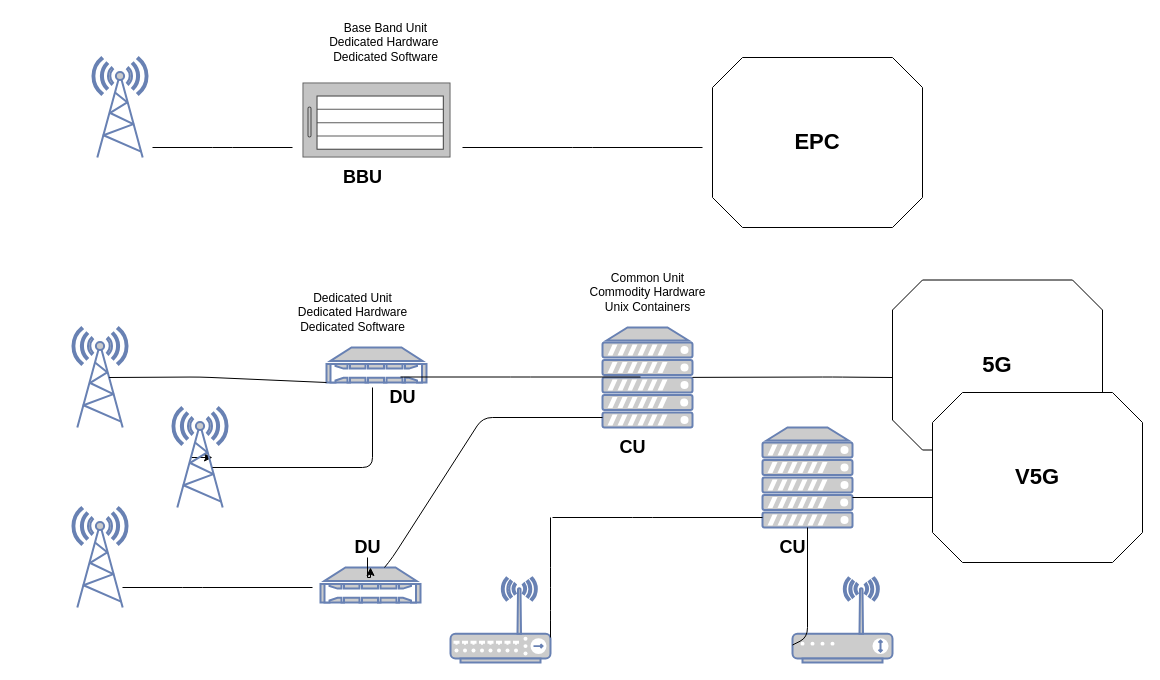
The draw.io diagram Untitled Diagram.drawio in rgbaal/diagrams, before the edit. Source tidied: cells renumbered, new cells numbered last; positions are measured from the earlier drawing's top-left corner, leaving out a move shared by most shapes. Both pictures are drawn from the tidied source at 100%, with x=0, y=0 at pixel (72, 17).
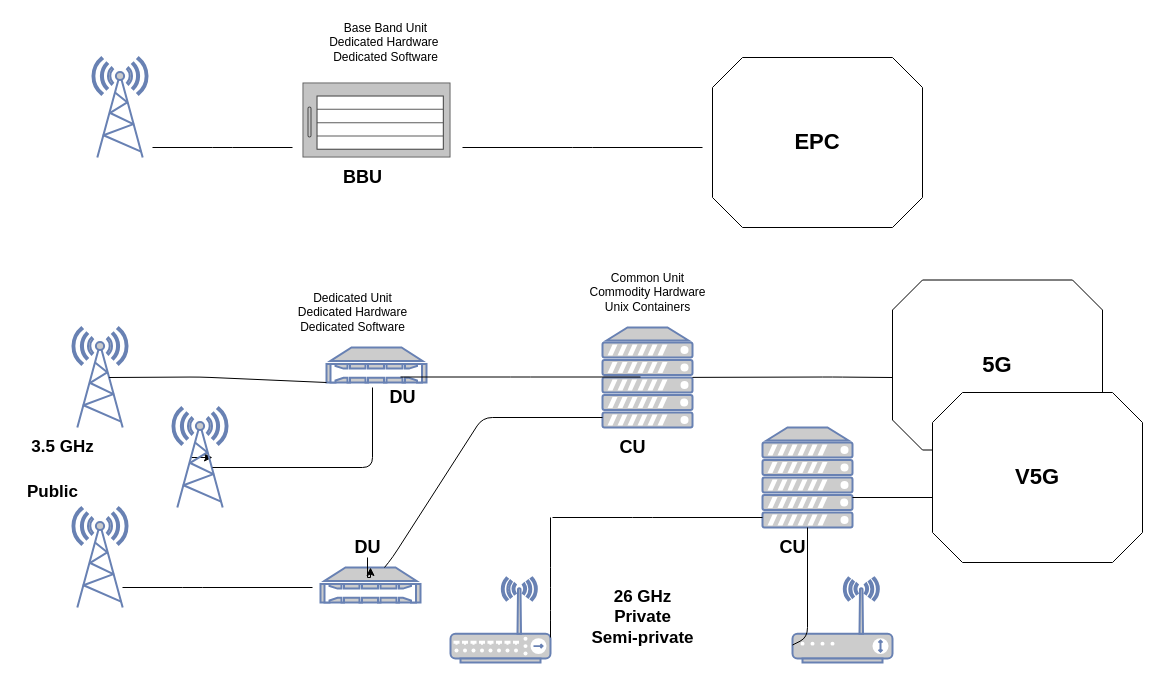
The same diagram, later.

Diff of the diagram source:
```diff
@@
+    <mxCell id="39" value="3.5 GHz" style="text;html=1;align=center;verticalAlign=middle;fontStyle=1;fontSize=17;" parent="1" vertex="1">
+      <mxGeometry x="-50" y="415" width="80" height="30" as="geometry" />
+    </mxCell>
+    <mxCell id="40" value="&lt;b&gt;Public&lt;/b&gt;" style="text;html=1;align=center;verticalAlign=middle;fontSize=17;" parent="1" vertex="1">
+      <mxGeometry x="-55" y="460" width="70" height="30" as="geometry" />
+    </mxCell>
+    <mxCell id="41" value="&lt;b&gt;26 GHz&lt;br&gt;Private&lt;br&gt;Semi-private&lt;/b&gt;" style="text;html=1;align=center;verticalAlign=middle;fontSize=17;" parent="1" vertex="1">
+      <mxGeometry x="510" y="565" width="120" height="70" as="geometry" />
+    </mxCell>
```
